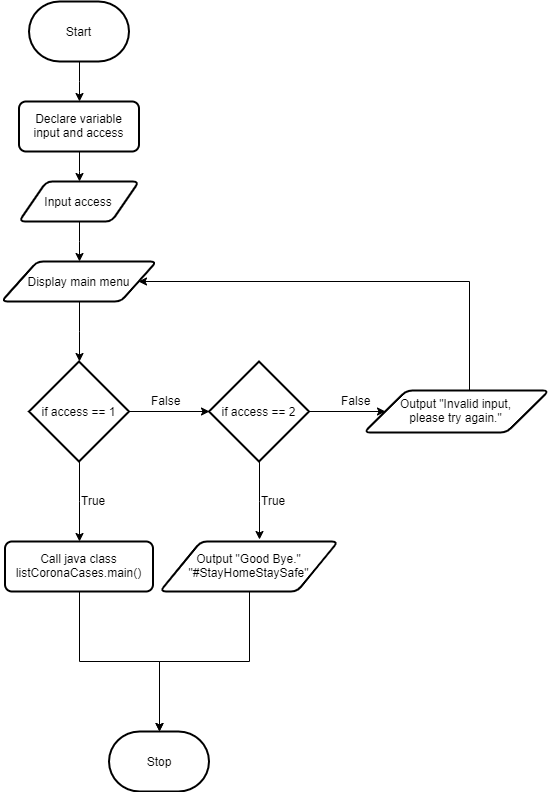
Before: images/FlowDiagram_MainMenu.png, a diagram exported from draw.io (LimWenLiang/Assignment-2). Source tidied: cells renumbered, new cells last; positions are measured from the earlier drawing's top-left corner, leaving out a move shared by most shapes.
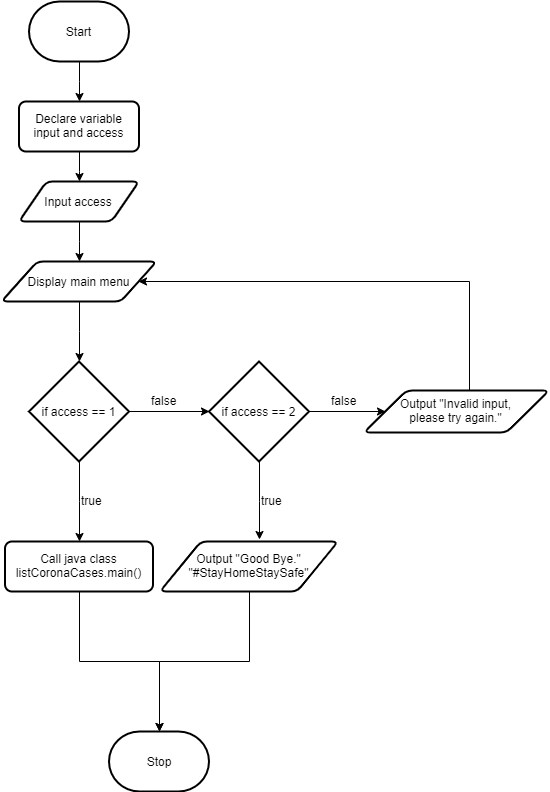
Later version of the same file.

The edit, as a diff of the source:
```diff
@@ -44,11 +44,11 @@
     <mxCell id="15" value="if access == 2" style="strokeWidth=2;html=1;shape=mxgraph.flowchart.decision;whiteSpace=wrap;" parent="1" vertex="1">
       <mxGeometry x="207.5" y="360" width="100" height="100" as="geometry" />
     </mxCell>
-    <mxCell id="16" value="False" style="text;html=1;align=left;verticalAlign=top;spacingTop=-4;" parent="1" vertex="1">
-      <mxGeometry x="147.5" y="390" width="50" height="20" as="geometry" />
+    <mxCell id="16" value="false" style="text;html=1;align=left;verticalAlign=top;spacingTop=-4;" parent="1" vertex="1">
+      <mxGeometry x="147.5" y="390" width="40" height="20" as="geometry" />
     </mxCell>
-    <mxCell id="17" value="False" style="text;html=1;align=left;verticalAlign=top;spacingTop=-4;" parent="1" vertex="1">
-      <mxGeometry x="337.5" y="390" width="50" height="20" as="geometry" />
+    <mxCell id="17" value="false" style="text;html=1;align=left;verticalAlign=top;spacingTop=-4;" parent="1" vertex="1">
+      <mxGeometry x="327.5" y="390" width="40" height="20" as="geometry" />
     </mxCell>
     <mxCell id="18" style="edgeStyle=orthogonalEdgeStyle;rounded=0;jettySize=auto;html=1;entryX=1;entryY=0.5;entryDx=0;entryDy=0;" parent="1" edge="1" source="19" target="9">
       <mxGeometry relative="1" as="geometry">
@@ -75,10 +75,10 @@
     <mxCell id="24" value="Stop" style="strokeWidth=2;html=1;shape=mxgraph.flowchart.terminator;whiteSpace=wrap;" parent="1" vertex="1">
       <mxGeometry x="107.5" y="730" width="100" height="60" as="geometry" />
     </mxCell>
-    <mxCell id="25" value="True" style="text;html=1;align=left;verticalAlign=top;spacingTop=-4;" parent="1" vertex="1">
+    <mxCell id="25" value="true" style="text;html=1;align=left;verticalAlign=top;spacingTop=-4;" parent="1" vertex="1">
       <mxGeometry x="77.5" y="490" width="40" height="20" as="geometry" />
     </mxCell>
-    <mxCell id="26" value="True" style="text;html=1;align=left;verticalAlign=top;spacingTop=-4;" parent="1" vertex="1">
+    <mxCell id="26" value="true" style="text;html=1;align=left;verticalAlign=top;spacingTop=-4;" parent="1" vertex="1">
       <mxGeometry x="257.5" y="490" width="40" height="20" as="geometry" />
     </mxCell>
   </root>
```
